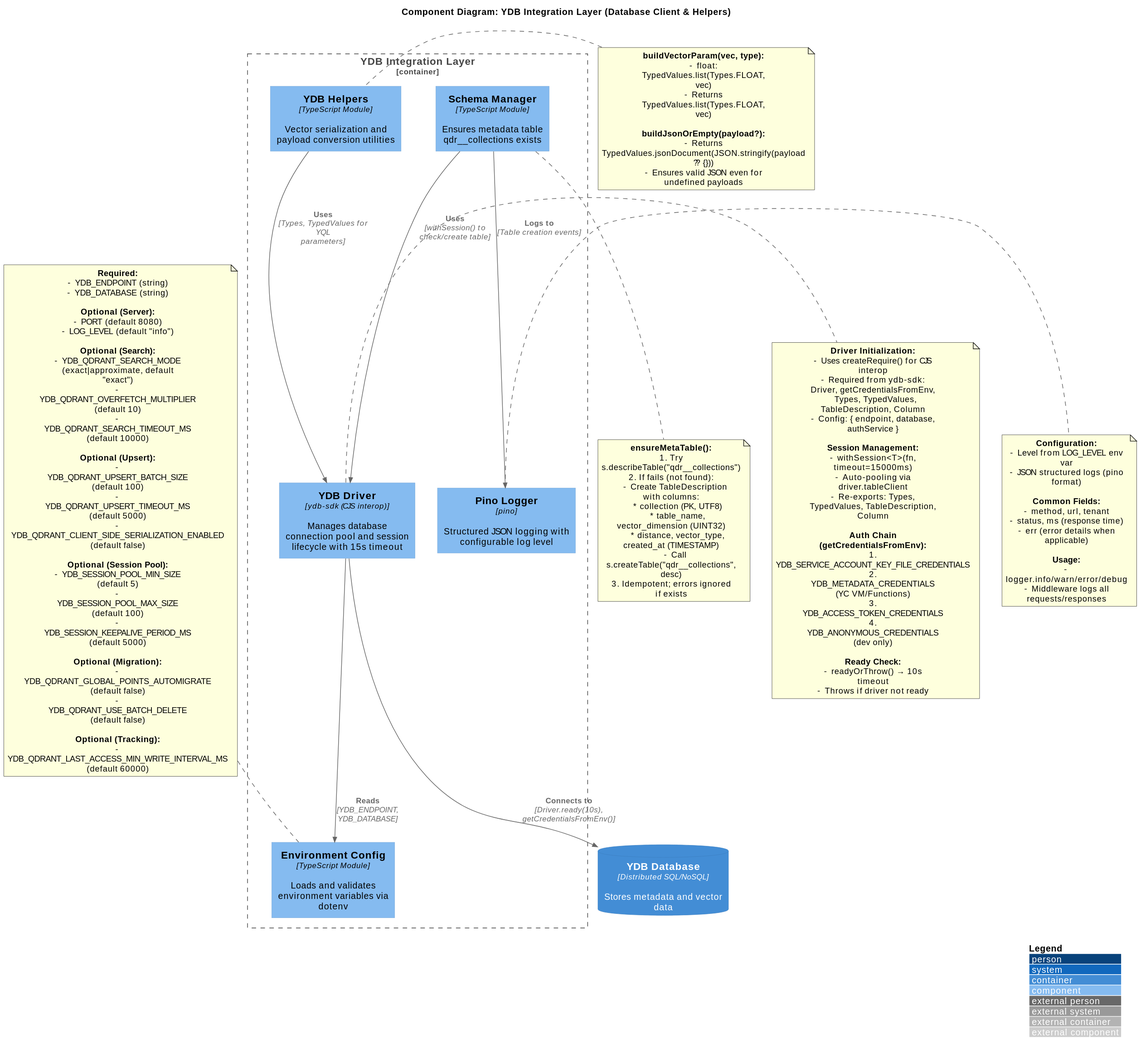
Earlier version of the PlantUML export schemas/C4-Component-YDB-Integration.svg (astandrik/ydb-qdrant).
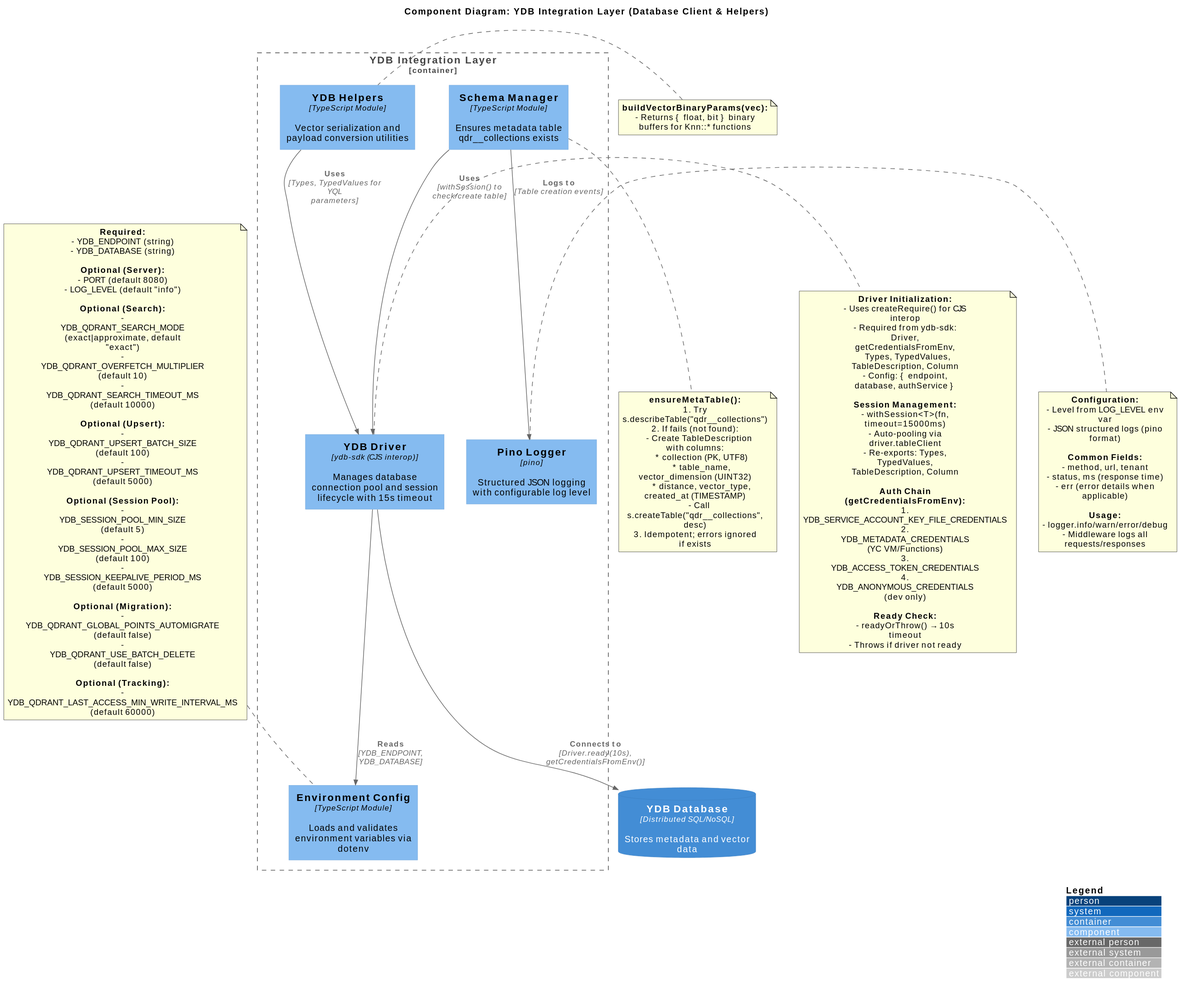
Above is the later version.

Change to the diagram source:
```diff
@@ -51,13 +51,8 @@
 end note
 
 note left of ydb_helpers
-  **buildVectorParam(vec, type):**
-  - float: TypedValues.list(Types.FLOAT, vec)
-  - Returns TypedValues.list(Types.FLOAT, vec)
-
-  **buildJsonOrEmpty(payload?):**
-  - Returns TypedValues.jsonDocument(JSON.stringify(payload ?? {}))
-  - Ensures valid JSON even for undefined payloads
+  **buildVectorBinaryParams(vec):**
+  - Returns { float, bit } binary buffers for Knn::* functions
 end note
 
 note bottom of schema_mgr
@@ -89,7 +84,6 @@
   **Optional (Upsert):**
   - YDB_QDRANT_UPSERT_BATCH_SIZE (default 100)
   - YDB_QDRANT_UPSERT_TIMEOUT_MS (default 5000)
-  - YDB_QDRANT_CLIENT_SIDE_SERIALIZATION_ENABLED (default false)
 
   **Optional (Session Pool):**
   - YDB_SESSION_POOL_MIN_SIZE (default 5)
```
